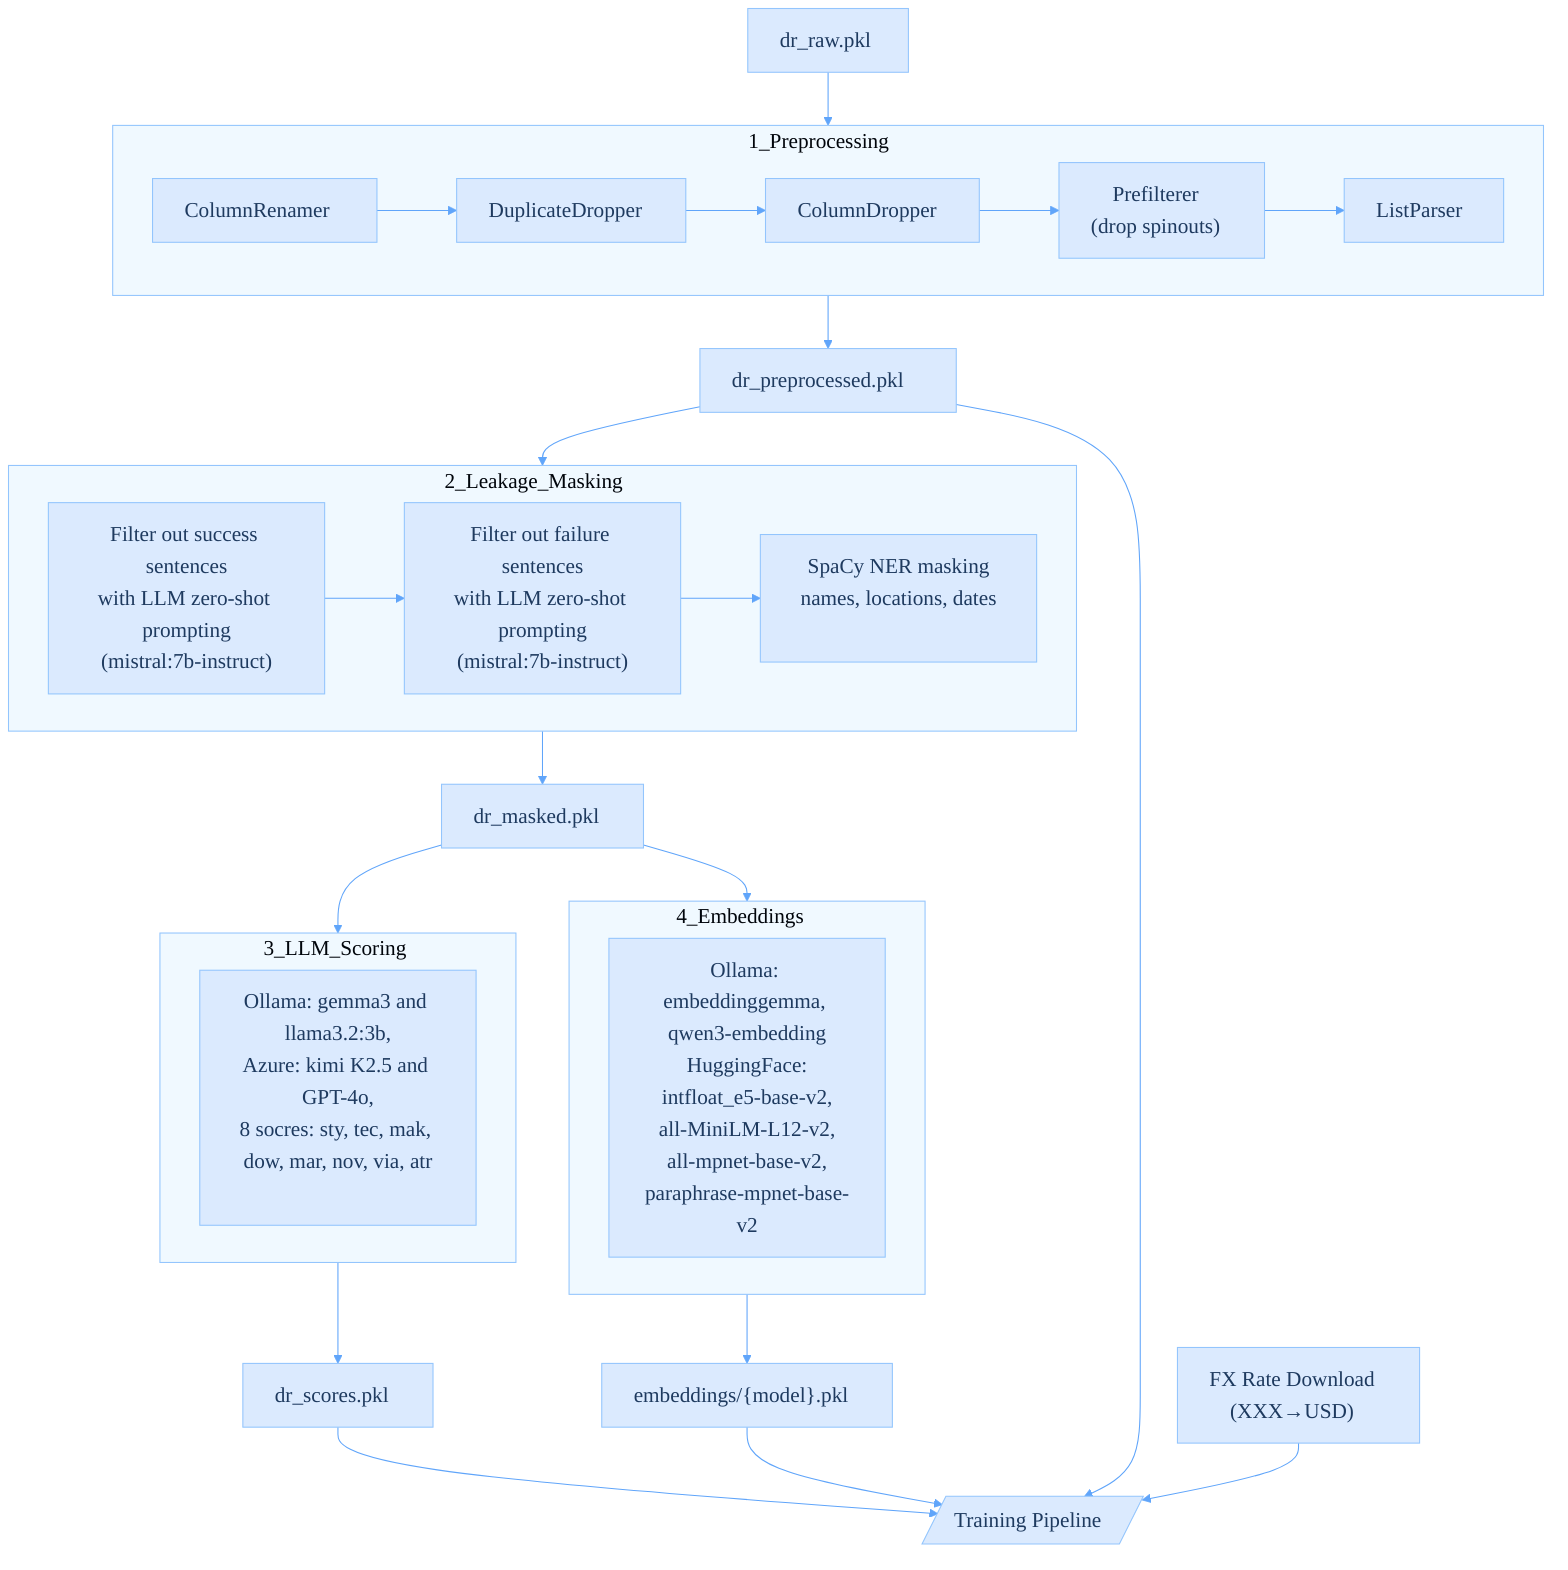
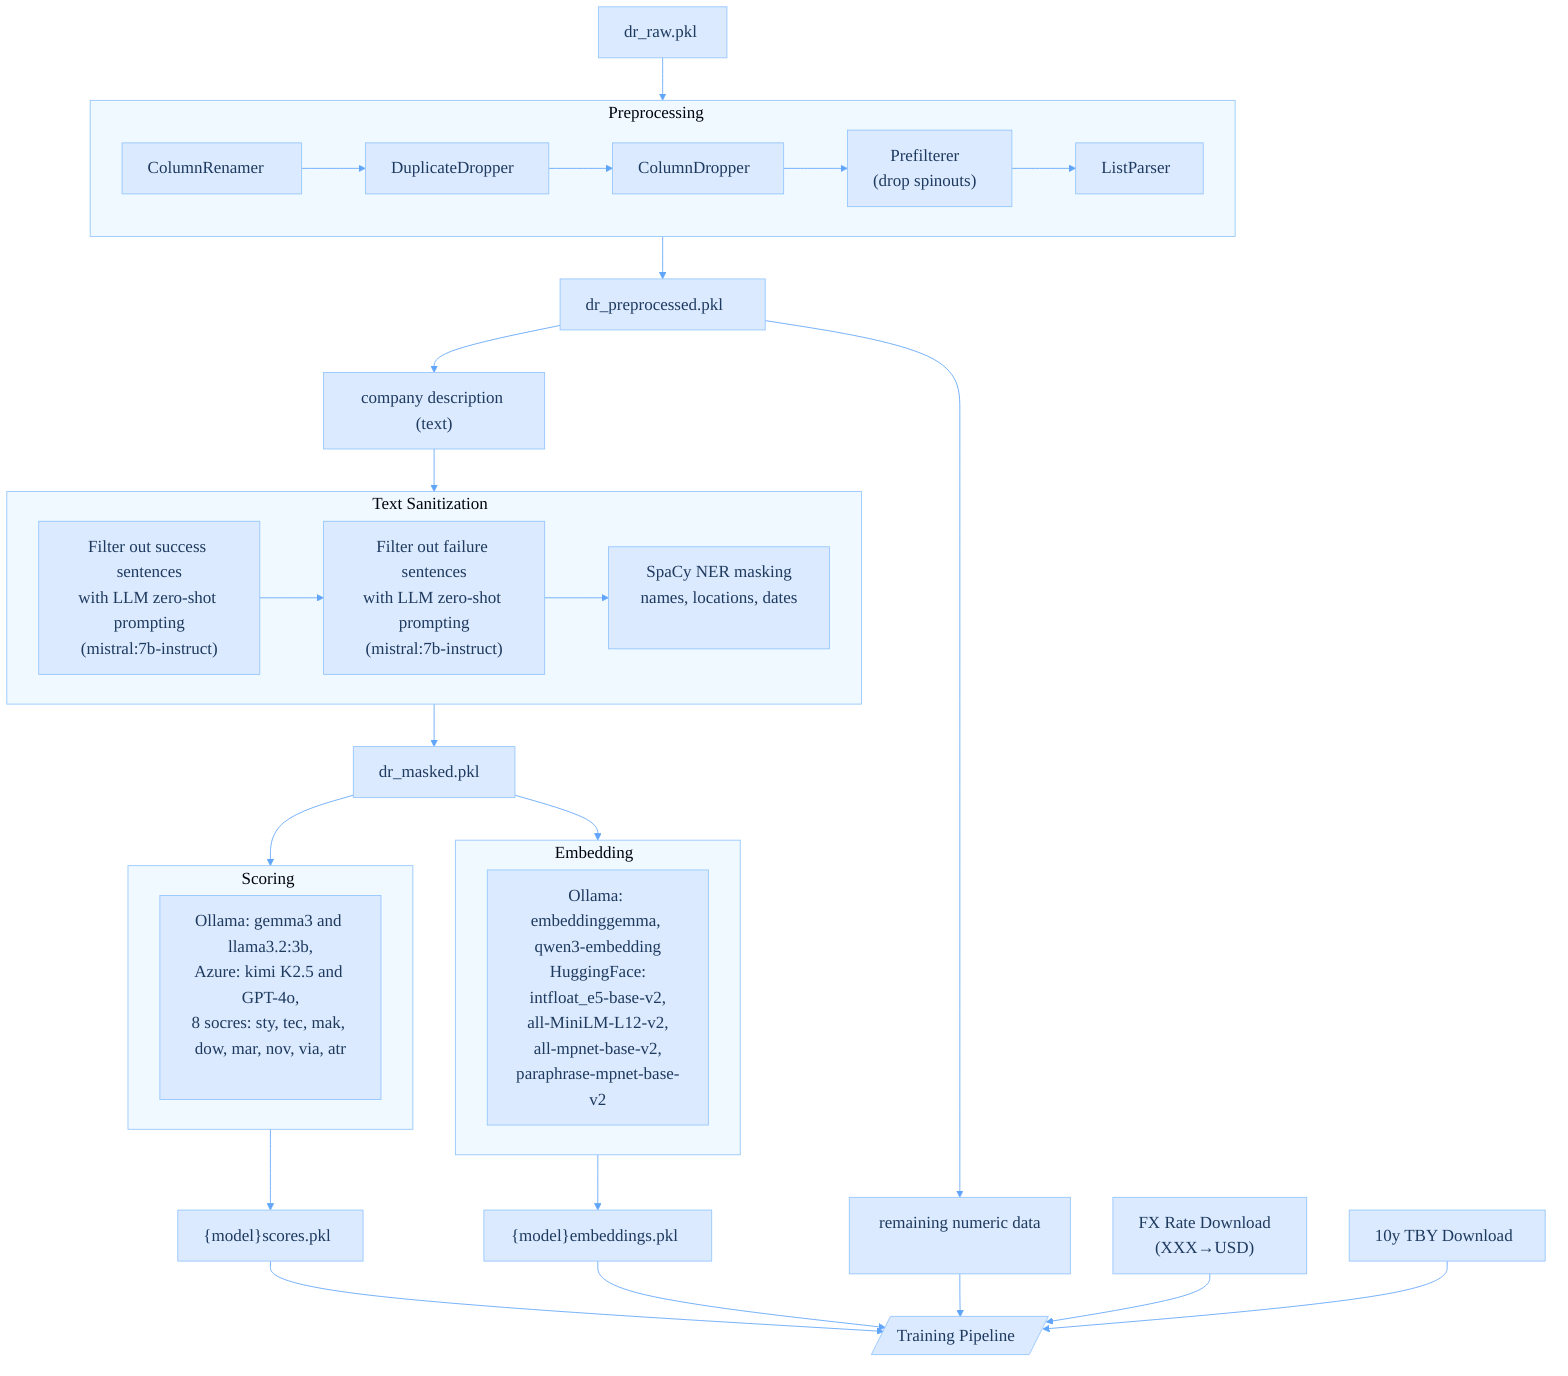
%% compile with:
%% colima start
%% docker run --rm -v "$(pwd)":/data minlag/mermaid-cli -i /data/flowchart_preprocessing.mmd -o /data/flowchart_preprocessing.pdf -b white && pdfcrop flowchart_preprocessing.pdf flowchart_preprocessing.pdf

%%{init: {"theme": "base", "themeVariables": {"primaryColor": "#dbeafe", "primaryTextColor": "#1e3a5f", "primaryBorderColor": "#93c5fd", "lineColor": "#60a5fa", "clusterBkg": "#f0f9ff", "clusterBorder": "#93c5fd", "edgeLabelBackground": "#ffffff", "fontSize": "20px", "fontFamily": "Arial, Helvetica, sans-serif"}}}%%
flowchart TD
A["dr_raw.pkl"] --> PREP
- subgraph PREP ["1_Preprocessing"]
+ subgraph PREP ["Preprocessing"]
B["ColumnRenamer"] --> C["DuplicateDropper"]
C --> D["ColumnDropper"]
D --> E["Prefilterer<br/>(drop spinouts)"]
E --> F["ListParser"]
end
PREP --> G["dr_preprocessed.pkl"]
- H["FX Rate Download<br/>(XXX→USD)"]
- G --> LEAK
- subgraph LEAK ["2_Leakage_Masking"]
+ G --> TEXT["company description (text)"]
+ G --> NUMERIC["remaining numeric data"]
+ FX["FX Rate Download<br/>(XXX→USD)"]
+ MACRO["10y TBY Download"]
+ TEXT --> LEAK
+ subgraph LEAK ["Text Sanitization"]
I["Filter out success sentences<br/>with LLM zero-shot prompting<br/>(mistral:7b-instruct)"] --> J
J["Filter out failure sentences<br/>with LLM zero-shot prompting<br/>(mistral:7b-instruct)"] --> K
K["SpaCy NER masking<br/>names, locations, dates"]
end
LEAK --> L["dr_masked.pkl"]
L --> SCORE
L --> EMB
- subgraph SCORE ["3_LLM_Scoring"]
+ subgraph SCORE ["Scoring"]
M["Ollama: gemma3 and llama3.2:3b,<br/>Azure: kimi K2.5 and GPT-4o,<br/>8 socres: sty, tec, mak, dow, mar, nov, via, atr"]
end
- subgraph EMB ["4_Embeddings"]
+ subgraph EMB ["Embedding"]
N["Ollama: embeddinggemma, qwen3-embedding<br/>HuggingFace:<br/>intfloat_e5-base-v2,<br/>all-MiniLM-L12-v2,<br/>all-mpnet-base-v2,<br/>paraphrase-mpnet-base-v2"]
end
- SCORE --> O["dr_scores.pkl"]
- EMB --> P["embeddings/{model}.pkl"]
- O & P & G & H --> Q[/"Training Pipeline"/]+ SCORE --> O["{model}scores.pkl"]
+ EMB --> P["{model}embeddings.pkl"]
+ O & P & NUMERIC & FX & MACRO --> Q[/"Training Pipeline"/]